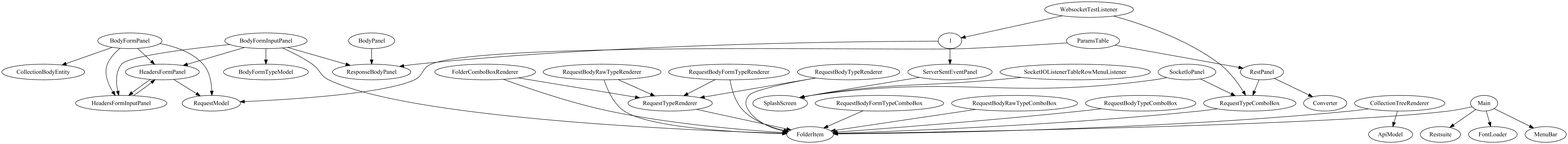
Before: graphe_de_dependances.png, a diagram exported from Graphviz (MassiBelaid/Extraction-d-architecture-et-R-ing-nierie-vers-Micro-service-java-spoon). Its source is kept beside it as graphe_de_dependances.dot.
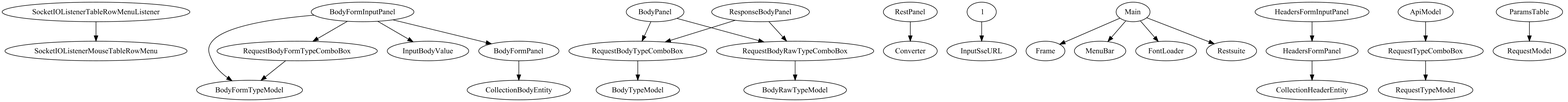
After the commit.

Diff of the diagram source:
```diff
@@ -1,46 +1,26 @@
 digraph "graphe de dépendances" {
+"SocketIOListenerTableRowMenuListener" -> "SocketIOListenerMouseTableRowMenu"
+"BodyFormInputPanel" -> "BodyFormTypeModel"
+"BodyFormInputPanel" -> "RequestBodyFormTypeComboBox"
+"BodyFormInputPanel" -> "InputBodyValue"
+"BodyFormInputPanel" -> "BodyFormPanel"
 "BodyFormPanel" -> "CollectionBodyEntity"
-"BodyFormPanel" -> "HeadersFormPanel"
-"BodyFormPanel" -> "HeadersFormInputPanel"
-"BodyFormPanel" -> "RequestModel"
-"1" -> "ResponseBodyPanel"
-"1" -> "ServerSentEventPanel"
-"ServerSentEventPanel" -> "SplashScreen"
-"CollectionTreeRenderer" -> "ApiModel"
-"CollectionTreeRenderer" -> "FolderItem"
-"HeadersFormPanel" -> "RequestModel"
-"HeadersFormPanel" -> "HeadersFormInputPanel"
+"BodyPanel" -> "RequestBodyTypeComboBox"
+"BodyPanel" -> "RequestBodyRawTypeComboBox"
+"RequestBodyRawTypeComboBox" -> "BodyRawTypeModel"
+"RestPanel" -> "Converter"
+"1" -> "InputSseURL"
+"Main" -> "Frame"
+"Main" -> "MenuBar"
+"Main" -> "FontLoader"
+"Main" -> "Restsuite"
 "HeadersFormInputPanel" -> "HeadersFormPanel"
-"RestPanel" -> "RequestTypeComboBox"
-"RestPanel" -> "Converter"
-"RequestBodyTypeRenderer" -> "RequestTypeRenderer"
-"RequestBodyTypeRenderer" -> "FolderItem"
-"FolderComboBoxRenderer" -> "RequestTypeRenderer"
-"FolderComboBoxRenderer" -> "FolderItem"
-"Main" -> "MenuBar"
-"Main" -> "Restsuite"
-"Main" -> "FolderItem"
-"Main" -> "FontLoader"
-"RequestBodyFormTypeComboBox" -> "FolderItem"
-"RequestBodyRawTypeRenderer" -> "RequestTypeRenderer"
-"RequestBodyRawTypeRenderer" -> "FolderItem"
-"RequestTypeRenderer" -> "FolderItem"
-"RequestTypeComboBox" -> "FolderItem"
-"SocketIoPanel" -> "RequestTypeComboBox"
-"SocketIoPanel" -> "SplashScreen"
-"BodyFormInputPanel" -> "HeadersFormPanel"
-"BodyFormInputPanel" -> "ResponseBodyPanel"
-"BodyFormInputPanel" -> "FolderItem"
-"BodyFormInputPanel" -> "HeadersFormInputPanel"
-"BodyFormInputPanel" -> "BodyFormTypeModel"
+"HeadersFormPanel" -> "CollectionHeaderEntity"
+"ApiModel" -> "RequestTypeComboBox"
+"RequestTypeComboBox" -> "RequestTypeModel"
+"ResponseBodyPanel" -> "RequestBodyRawTypeComboBox"
+"ResponseBodyPanel" -> "RequestBodyTypeComboBox"
+"RequestBodyTypeComboBox" -> "BodyTypeModel"
+"RequestBodyFormTypeComboBox" -> "BodyFormTypeModel"
 "ParamsTable" -> "RequestModel"
-"ParamsTable" -> "RestPanel"
-"BodyPanel" -> "ResponseBodyPanel"
-"SocketIOListenerTableRowMenuListener" -> "SplashScreen"
-"RequestBodyRawTypeComboBox" -> "FolderItem"
-"WebsocketTestListener" -> "RequestTypeComboBox"
-"WebsocketTestListener" -> "1"
-"RequestBodyFormTypeRenderer" -> "RequestTypeRenderer"
-"RequestBodyFormTypeRenderer" -> "FolderItem"
-"RequestBodyTypeComboBox" -> "FolderItem"
 }
```
